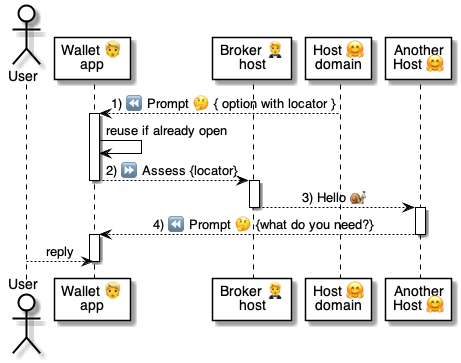
pollyweb-org/pollyweb-docs keeps this PlantUML diagram as 4 ⚙️ Solution/20 🧑‍🦰 UI/Wallets 🧑‍🦰/🧑‍🦰💬 Wallet chats/...in Prompts 🤔/Click locator 👉🔆🤗/🧑‍🦰 Click locator ⚙️ uml.png. Above is the earlier version. Its source is kept beside it as 4 ⚙️ Solution/20 🧑‍🦰 UI/Wallets 🧑‍🦰/🧑‍🦰💬 Wallet chats/...in Prompts 🤔/Click locator 👉🔆🤗/🧑‍🦰 Click locator ⚙️ uml.puml.
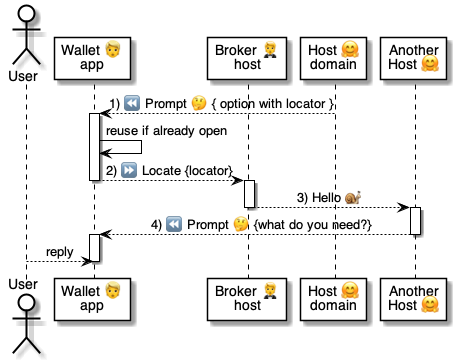
The same diagram one commit later.

Diff of the diagram source:
```diff
@@ -13,7 +13,7 @@
 
 activate wallet
     wallet -> wallet: reuse if already open
-    wallet --> broker: 2) ⏩ Assess {locator}
+    wallet --> broker: 2) ⏩ Locate {locator}
 deactivate wallet
 
 activate broker
```
